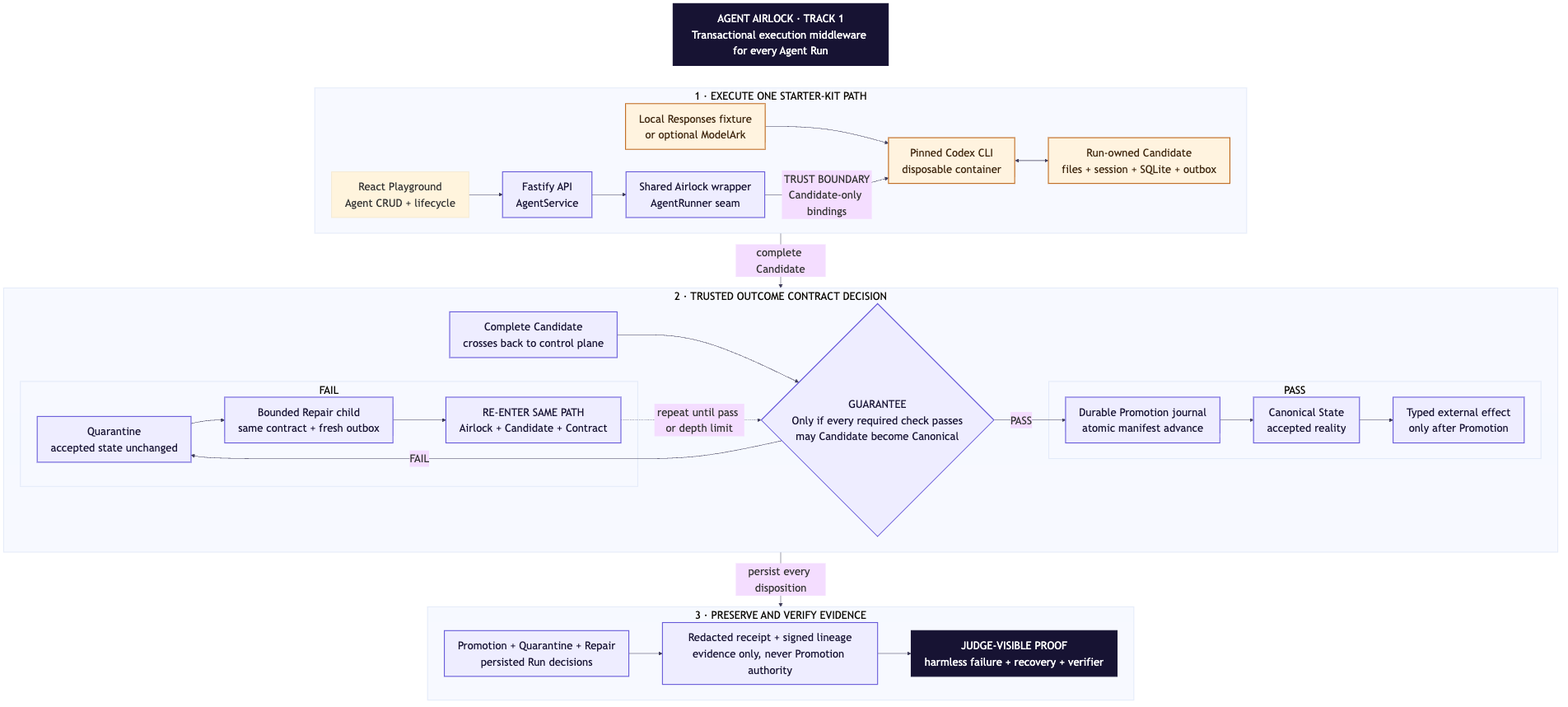
This is docs/demo/agent-airlock-one-page.png from Kk120306/agent-airlock, a Mermaid export, as it was before one commit. Its source is kept beside it as docs/demo/agent-airlock-one-page.mmd. Source of this version:
```mermaid
%%{init: {"theme": "base", "flowchart": {"wrappingWidth": 420}, "themeVariables": {"fontSize": "24px", "lineColor": "#3c3a58"}}}%%
flowchart TB
    Title["AGENT AIRLOCK · TRACK 1<br/>Transactional execution middleware for every Agent Run"]

    subgraph Execute["1 · EXECUTE ONE STARTER-KIT PATH"]
        direction LR
        UI["React Playground<br/>Agent CRUD + lifecycle"]
        API["Fastify API<br/>AgentService"]
        Airlock["Shared Airlock wrapper<br/>AgentRunner seam"]
        Inference["Local Responses fixture<br/>or optional ModelArk"]
        Runtime["Pinned Codex CLI<br/>disposable container"]
        Candidate["Run-owned Candidate<br/>files + session + SQLite + outbox"]

        UI --> API --> Airlock
        Inference --> Runtime
        Airlock -->|TRUST BOUNDARY<br/>Candidate-only bindings| Runtime
        Runtime <--> Candidate
    end

    subgraph Decision["2 · TRUSTED OUTCOME CONTRACT DECISION"]
        direction LR
        Complete["Complete Candidate<br/>crosses back to control plane"]
        Contract{"GUARANTEE<br/>Only if every required check passes<br/>may Candidate become Canonical"}
        subgraph PassLane["PASS"]
            direction LR
            Promote["Durable Promotion journal<br/>atomic manifest advance"]
            Canonical["Canonical State<br/>accepted reality"]
            Effect["Typed external effect<br/>only after Promotion"]
            Promote --> Canonical --> Effect
        end
        subgraph FailLane["FAIL"]
            direction LR
            Quarantine["Quarantine<br/>accepted state unchanged"]
            Repair["Bounded Repair child<br/>same contract + fresh outbox"]
            Reenter["RE-ENTER SAME PATH<br/>Airlock + Candidate + Contract"]
            Quarantine --> Repair --> Reenter
        end

        Complete --> Contract
        Contract -->|PASS| Promote
        Contract -->|FAIL| Quarantine
        Reenter -. "repeat until pass or depth limit" .-> Contract
    end

    subgraph Verify["3 · PRESERVE AND VERIFY EVIDENCE"]
        direction LR
        Decisions["Promotion + Quarantine + Repair<br/>persisted Run decisions"]
        Evidence["Redacted receipt + signed lineage<br/>evidence only, never Promotion authority"]
        Proof["JUDGE-VISIBLE PROOF<br/>harmless failure + recovery + verifier"]
        Decisions --> Evidence --> Proof
    end

    Title ~~~ Execute
    Execute -->|complete Candidate| Decision
    Decision -->|persist every disposition| Verify

    classDef trusted fill:#eeedff,stroke:#6558d9,color:#171333,stroke-width:2px;
    classDef untrusted fill:#fff3df,stroke:#bd6518,color:#3d250d,stroke-width:2px;
    classDef headline fill:#171333,stroke:#171333,color:#ffffff,stroke-width:2px;
    class API,Airlock,Complete,Contract,Promote,Canonical,Effect,Quarantine,Repair,Reenter,Decisions,Evidence trusted;
    class Inference,Runtime,Candidate untrusted;
    class Title,Proof headline;
```
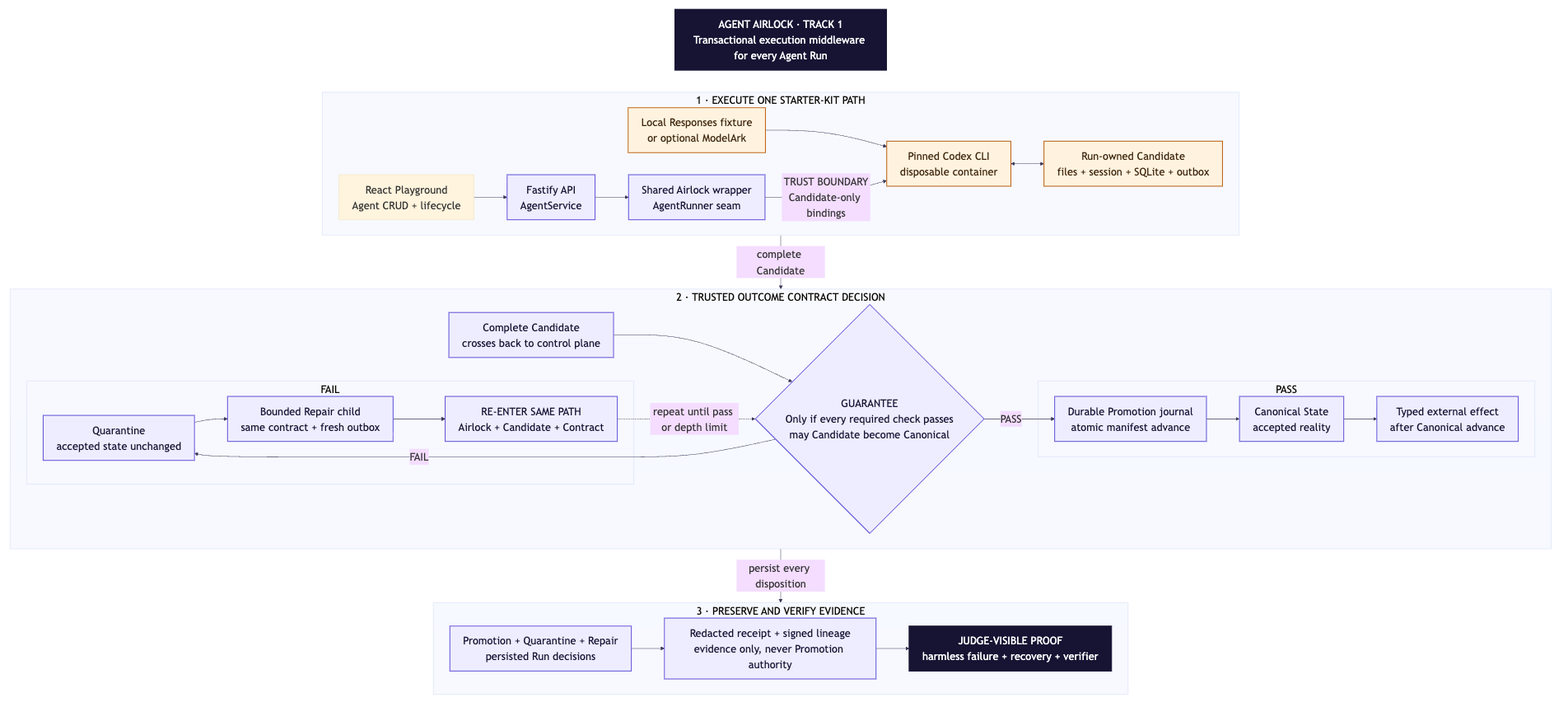
The same file after the commit.

Change to the diagram source:
```diff
@@ -25,7 +25,7 @@
             direction LR
             Promote["Durable Promotion journal<br/>atomic manifest advance"]
             Canonical["Canonical State<br/>accepted reality"]
-            Effect["Typed external effect<br/>only after Promotion"]
+            Effect["Typed external effect<br/>after Canonical advance"]
             Promote --> Canonical --> Effect
         end
         subgraph FailLane["FAIL"]
```
